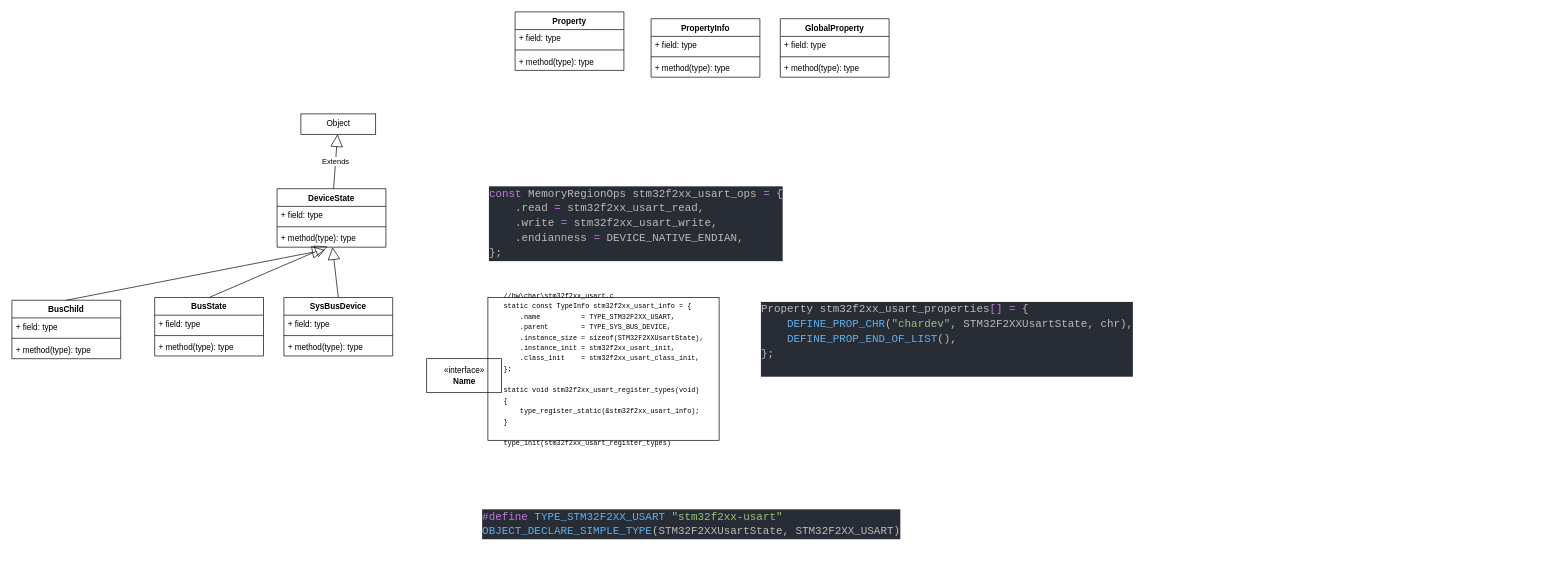
Earlier version of the draw.io diagram QOM-DEV-UART.drawio (youtubezou/A-thinking-in-linux). Source tidied: cells renumbered, new cells numbered last; positions are measured from the earlier drawing's top-left corner, leaving out a move shared by most shapes. Both pictures are drawn from the tidied source at 68%, with x=0, y=0 at pixel (12, 12).
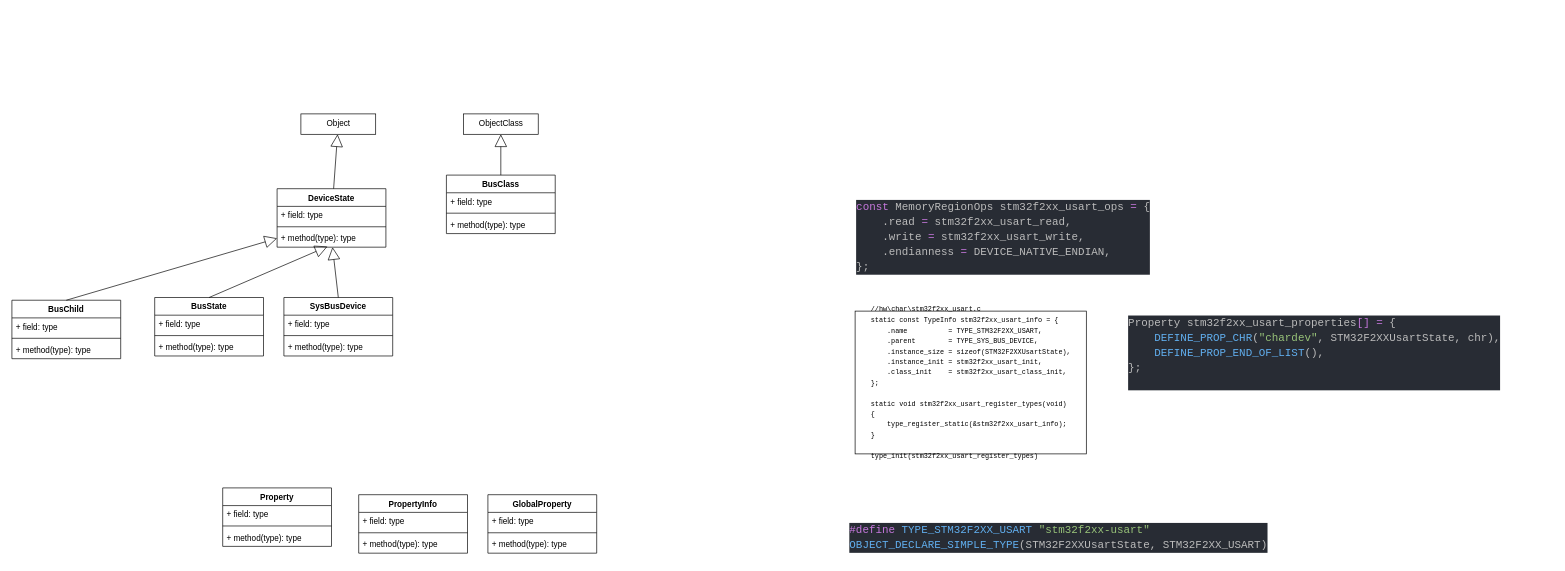
After the change.

Unchanged cells that the change refers to:
```xml
<mxCell id="12" value="DeviceState" style="swimlane;fontStyle=1;align=center;verticalAlign=top;horizontal=1;startSize=26;rounded=0;fontColor=#000000;strokeColor=default;fillColor=none;gradientColor=#ffffff;" parent="1" vertex="1">
  <mxGeometry x="390" y="260" width="160" height="86" as="geometry" />
</mxCell>
<mxCell id="15" value="+ method(type): type" style="text;strokeColor=none;fillColor=none;align=left;verticalAlign=top;spacingLeft=4;spacingRight=4;overflow=hidden;points=[[0,0.5],[1,0.5]];portConstraint=eastwest;rounded=0;fontColor=#000000;" parent="12" vertex="1">
  <mxGeometry y="60" width="160" height="26" as="geometry" />
</mxCell>
<mxCell id="17" value="Object" style="html=1;rounded=0;fontColor=#000000;strokeColor=default;fillColor=none;gradientColor=#ffffff;" parent="1" vertex="1">
  <mxGeometry x="425" y="150" width="110" height="30" as="geometry" />
</mxCell>
<mxCell id="36" value="BusChild" style="swimlane;fontStyle=1;align=center;verticalAlign=top;horizontal=1;startSize=26;rounded=0;fontColor=#000000;strokeColor=default;fillColor=none;gradientColor=#ffffff;" parent="1" vertex="1">
  <mxGeometry y="424" width="160" height="86" as="geometry" />
</mxCell>
```

Diff of the diagram source:
```diff
@@
     <mxCell id="2" value="&lt;div style=&quot;color: rgb(187 , 187 , 187) ; font-family: &amp;#34;consolas&amp;#34; , &amp;#34;courier new&amp;#34; , monospace ; font-size: 10px ; font-style: normal ; font-weight: 400 ; letter-spacing: normal ; text-align: left ; text-indent: 0px ; text-transform: none ; word-spacing: 0px&quot;&gt;&lt;br&gt;&lt;/div&gt;" style="text;whiteSpace=wrap;html=1;rounded=0;strokeColor=none;fillColor=none;gradientColor=#ffffff;" parent="1" vertex="1">
-      <mxGeometry x="1377" y="500" width="350" height="210" as="geometry" />
+      <mxGeometry x="1917" y="520" width="350" height="210" as="geometry" />
     </mxCell>
     <mxCell id="3" value="&lt;div style=&quot;text-align: left&quot;&gt;&lt;div&gt;&lt;font face=&quot;consolas, courier new, monospace&quot;&gt;&lt;span style=&quot;font-size: 10px&quot;&gt;//&lt;/span&gt;&lt;/font&gt;&lt;span style=&quot;font-size: 10px&quot;&gt;&lt;font face=&quot;consolas, courier new, monospace&quot;&gt;hw\char\stm32f2xx_usart.c&lt;/font&gt;&lt;/span&gt;&lt;/div&gt;&lt;div&gt;&lt;font face=&quot;consolas, courier new, monospace&quot;&gt;&lt;span style=&quot;font-size: 10px&quot;&gt;static const TypeInfo stm32f2xx_usart_info = {&lt;/span&gt;&lt;/font&gt;&lt;/div&gt;&lt;div&gt;&lt;font face=&quot;consolas, courier new, monospace&quot;&gt;&lt;span style=&quot;font-size: 10px&quot;&gt;&amp;nbsp; &amp;nbsp; .name&amp;nbsp; &amp;nbsp; &amp;nbsp; &amp;nbsp; &amp;nbsp; = TYPE_STM32F2XX_USART,&lt;/span&gt;&lt;/font&gt;&lt;/div&gt;&lt;div&gt;&lt;font face=&quot;consolas, courier new, monospace&quot;&gt;&lt;span style=&quot;font-size: 10px&quot;&gt;&amp;nbsp; &amp;nbsp; .parent&amp;nbsp; &amp;nbsp; &amp;nbsp; &amp;nbsp; = TYPE_SYS_BUS_DEVICE,&lt;/span&gt;&lt;/font&gt;&lt;/div&gt;&lt;div&gt;&lt;font face=&quot;consolas, courier new, monospace&quot;&gt;&lt;span style=&quot;font-size: 10px&quot;&gt;&amp;nbsp; &amp;nbsp; .instance_size = sizeof(STM32F2XXUsartState),&lt;/span&gt;&lt;/font&gt;&lt;/div&gt;&lt;div&gt;&lt;font face=&quot;consolas, courier new, monospace&quot;&gt;&lt;span style=&quot;font-size: 10px&quot;&gt;&amp;nbsp; &amp;nbsp; .instance_init = stm32f2xx_usart_init,&lt;/span&gt;&lt;/font&gt;&lt;/div&gt;&lt;div&gt;&lt;font face=&quot;consolas, courier new, monospace&quot;&gt;&lt;span style=&quot;font-size: 10px&quot;&gt;&amp;nbsp; &amp;nbsp; .class_init&amp;nbsp; &amp;nbsp; = stm32f2xx_usart_class_init,&lt;/span&gt;&lt;/font&gt;&lt;/div&gt;&lt;div&gt;&lt;font face=&quot;consolas, courier new, monospace&quot;&gt;&lt;span style=&quot;font-size: 10px&quot;&gt;};&lt;/span&gt;&lt;/font&gt;&lt;/div&gt;&lt;div&gt;&lt;font face=&quot;consolas, courier new, monospace&quot;&gt;&lt;span style=&quot;font-size: 10px&quot;&gt;&lt;br&gt;&lt;/span&gt;&lt;/font&gt;&lt;/div&gt;&lt;div&gt;&lt;font face=&quot;consolas, courier new, monospace&quot;&gt;&lt;span style=&quot;font-size: 10px&quot;&gt;static void stm32f2xx_usart_register_types(void)&lt;/span&gt;&lt;/font&gt;&lt;/div&gt;&lt;div&gt;&lt;font face=&quot;consolas, courier new, monospace&quot;&gt;&lt;span style=&quot;font-size: 10px&quot;&gt;{&lt;/span&gt;&lt;/font&gt;&lt;/div&gt;&lt;div&gt;&lt;font face=&quot;consolas, courier new, monospace&quot;&gt;&lt;span style=&quot;font-size: 10px&quot;&gt;&amp;nbsp; &amp;nbsp; type_register_static(&amp;amp;stm32f2xx_usart_info);&lt;/span&gt;&lt;/font&gt;&lt;/div&gt;&lt;div&gt;&lt;font face=&quot;consolas, courier new, monospace&quot;&gt;&lt;span style=&quot;font-size: 10px&quot;&gt;}&lt;/span&gt;&lt;/font&gt;&lt;/div&gt;&lt;div&gt;&lt;font face=&quot;consolas, courier new, monospace&quot;&gt;&lt;span style=&quot;font-size: 10px&quot;&gt;&lt;br&gt;&lt;/span&gt;&lt;/font&gt;&lt;/div&gt;&lt;div&gt;&lt;font face=&quot;consolas, courier new, monospace&quot;&gt;&lt;span style=&quot;font-size: 10px&quot;&gt;type_init(stm32f2xx_usart_register_types)&lt;/span&gt;&lt;/font&gt;&lt;/div&gt;&lt;/div&gt;" style="html=1;rounded=0;strokeColor=default;fillColor=none;gradientColor=#ffffff;fontColor=#000000;" parent="1" vertex="1">
-      <mxGeometry x="700" y="420" width="340" height="210" as="geometry" />
+      <mxGeometry x="1240" y="440" width="340" height="210" as="geometry" />
     </mxCell>
     <mxCell id="4" value="&lt;div style=&quot;color: rgb(187 , 187 , 187) ; background-color: rgb(40 , 44 , 52) ; font-family: &amp;#34;consolas&amp;#34; , &amp;#34;courier new&amp;#34; , monospace ; font-weight: normal ; font-size: 16px ; line-height: 22px&quot;&gt;&lt;div&gt;&lt;span style=&quot;color: #c678dd&quot;&gt;const&lt;/span&gt;&lt;span style=&quot;color: #bbbbbb&quot;&gt;&amp;nbsp;MemoryRegionOps&amp;nbsp;stm32f2xx_usart_ops&amp;nbsp;&lt;/span&gt;&lt;span style=&quot;color: #c678dd&quot;&gt;=&lt;/span&gt;&lt;span style=&quot;color: #bbbbbb&quot;&gt;&amp;nbsp;{&lt;/span&gt;&lt;/div&gt;&lt;div&gt;&lt;span style=&quot;color: #bbbbbb&quot;&gt;&amp;nbsp;&amp;nbsp;&amp;nbsp;&amp;nbsp;.read&amp;nbsp;&lt;/span&gt;&lt;span style=&quot;color: #c678dd&quot;&gt;=&lt;/span&gt;&lt;span style=&quot;color: #bbbbbb&quot;&gt;&amp;nbsp;stm32f2xx_usart_read,&lt;/span&gt;&lt;/div&gt;&lt;div&gt;&lt;span style=&quot;color: #bbbbbb&quot;&gt;&amp;nbsp;&amp;nbsp;&amp;nbsp;&amp;nbsp;.write&amp;nbsp;&lt;/span&gt;&lt;span style=&quot;color: #c678dd&quot;&gt;=&lt;/span&gt;&lt;span style=&quot;color: #bbbbbb&quot;&gt;&amp;nbsp;stm32f2xx_usart_write,&lt;/span&gt;&lt;/div&gt;&lt;div&gt;&lt;span style=&quot;color: #bbbbbb&quot;&gt;&amp;nbsp;&amp;nbsp;&amp;nbsp;&amp;nbsp;.endianness&amp;nbsp;&lt;/span&gt;&lt;span style=&quot;color: #c678dd&quot;&gt;=&lt;/span&gt;&lt;span style=&quot;color: #bbbbbb&quot;&gt;&amp;nbsp;DEVICE_NATIVE_ENDIAN,&lt;/span&gt;&lt;/div&gt;&lt;div&gt;&lt;span style=&quot;color: #bbbbbb&quot;&gt;};&lt;/span&gt;&lt;/div&gt;&lt;/div&gt;" style="text;whiteSpace=wrap;html=1;fontColor=#000000;" parent="1" vertex="1">
-      <mxGeometry x="700" y="250" width="480" height="130" as="geometry" />
+      <mxGeometry x="1240" y="270" width="480" height="130" as="geometry" />
     </mxCell>
     <mxCell id="5" value="&lt;div style=&quot;color: rgb(187, 187, 187); background-color: rgb(40, 44, 52); font-family: consolas, &amp;quot;courier new&amp;quot;, monospace; font-weight: normal; font-size: 16px; line-height: 22px;&quot;&gt;&lt;div&gt;&lt;span style=&quot;color: #bbbbbb&quot;&gt;Property&amp;nbsp;stm32f2xx_usart_properties&lt;/span&gt;&lt;span style=&quot;color: #c678dd&quot;&gt;[]&lt;/span&gt;&lt;span style=&quot;color: #bbbbbb&quot;&gt;&amp;nbsp;&lt;/span&gt;&lt;span style=&quot;color: #c678dd&quot;&gt;=&lt;/span&gt;&lt;span style=&quot;color: #bbbbbb&quot;&gt;&amp;nbsp;{&lt;/span&gt;&lt;/div&gt;&lt;div&gt;&lt;span style=&quot;color: #bbbbbb&quot;&gt;&amp;nbsp;&amp;nbsp;&amp;nbsp;&amp;nbsp;&lt;/span&gt;&lt;span style=&quot;color: #61afef&quot;&gt;DEFINE_PROP_CHR&lt;/span&gt;&lt;span style=&quot;color: #bbbbbb&quot;&gt;(&lt;/span&gt;&lt;span style=&quot;color: #98c379&quot;&gt;&quot;chardev&quot;&lt;/span&gt;&lt;span style=&quot;color: #bbbbbb&quot;&gt;,&amp;nbsp;STM32F2XXUsartState,&amp;nbsp;chr),&lt;/span&gt;&lt;/div&gt;&lt;div&gt;&lt;span style=&quot;color: #bbbbbb&quot;&gt;&amp;nbsp;&amp;nbsp;&amp;nbsp;&amp;nbsp;&lt;/span&gt;&lt;span style=&quot;color: #61afef&quot;&gt;DEFINE_PROP_END_OF_LIST&lt;/span&gt;&lt;span style=&quot;color: #bbbbbb&quot;&gt;(),&lt;/span&gt;&lt;/div&gt;&lt;div&gt;&lt;span style=&quot;color: #bbbbbb&quot;&gt;};&lt;/span&gt;&lt;/div&gt;&lt;br&gt;&lt;/div&gt;" style="text;whiteSpace=wrap;html=1;fontColor=#000000;" parent="1" vertex="1">
-      <mxGeometry x="1100" y="420" width="530" height="130" as="geometry" />
+      <mxGeometry x="1640" y="440" width="530" height="130" as="geometry" />
     </mxCell>
     <mxCell id="6" value="&lt;div style=&quot;color: rgb(187, 187, 187); background-color: rgb(40, 44, 52); font-family: consolas, &amp;quot;courier new&amp;quot;, monospace; font-weight: normal; font-size: 16px; line-height: 22px;&quot;&gt;&lt;div&gt;&lt;span style=&quot;color: #c678dd&quot;&gt;#define&lt;/span&gt;&lt;span style=&quot;color: #bbbbbb&quot;&gt;&amp;nbsp;&lt;/span&gt;&lt;span style=&quot;color: #61afef&quot;&gt;TYPE_STM32F2XX_USART&lt;/span&gt;&lt;span style=&quot;color: #bbbbbb&quot;&gt;&amp;nbsp;&lt;/span&gt;&lt;span style=&quot;color: #98c379&quot;&gt;&quot;stm32f2xx-usart&quot;&lt;/span&gt;&lt;/div&gt;&lt;div&gt;&lt;span style=&quot;color: #61afef&quot;&gt;OBJECT_DECLARE_SIMPLE_TYPE&lt;/span&gt;&lt;span style=&quot;color: #bbbbbb&quot;&gt;(STM32F2XXUsartState,&amp;nbsp;STM32F2XX_USART)&lt;/span&gt;&lt;/div&gt;&lt;/div&gt;" style="text;whiteSpace=wrap;html=1;fontColor=#000000;" parent="1" vertex="1">
-      <mxGeometry x="690" y="725" width="550" height="60" as="geometry" />
+      <mxGeometry x="1230" y="745" width="550" height="60" as="geometry" />
     </mxCell>
@@
-    <mxCell id="11" value="&amp;laquo;interface&amp;raquo;&lt;br&gt;&lt;b&gt;Name&lt;/b&gt;" style="html=1;rounded=0;fontColor=#000000;strokeColor=default;fillColor=none;gradientColor=#ffffff;" parent="1" vertex="1">
-      <mxGeometry x="610" y="510" width="110" height="50" as="geometry" />
-    </mxCell>
@@
-    <mxCell id="18" value="Extends" style="endArrow=block;endSize=16;endFill=0;html=1;rounded=0;fontColor=#000000;" parent="1" edge="1" source="12" target="17">
+    <mxCell id="18" style="endArrow=block;endSize=16;endFill=0;html=1;rounded=0;fontColor=#000000;" parent="1" edge="1" source="12" target="17">
       <mxGeometry relative="1" as="geometry" />
     </mxCell>
     <mxCell id="19" value="Property" style="swimlane;fontStyle=1;align=center;verticalAlign=top;horizontal=1;startSize=26;rounded=0;fontColor=#000000;strokeColor=default;fillColor=none;gradientColor=#ffffff;" parent="1" vertex="1">
-      <mxGeometry x="740" width="160" height="86" as="geometry" />
+      <mxGeometry x="310" y="700" width="160" height="86" as="geometry" />
     </mxCell>
@@
     <mxCell id="23" value="PropertyInfo" style="swimlane;fontStyle=1;align=center;verticalAlign=top;horizontal=1;startSize=26;rounded=0;fontColor=#000000;strokeColor=default;fillColor=none;gradientColor=#ffffff;" parent="1" vertex="1">
-      <mxGeometry x="940" y="10" width="160" height="86" as="geometry" />
+      <mxGeometry x="510" y="710" width="160" height="86" as="geometry" />
     </mxCell>
@@
     <mxCell id="27" value="GlobalProperty" style="swimlane;fontStyle=1;align=center;verticalAlign=top;horizontal=1;startSize=26;rounded=0;fontColor=#000000;strokeColor=default;fillColor=none;gradientColor=#ffffff;" parent="1" vertex="1">
-      <mxGeometry x="1130" y="10" width="160" height="86" as="geometry" />
+      <mxGeometry x="700" y="710" width="160" height="86" as="geometry" />
     </mxCell>
@@
-    <mxCell id="40" style="endArrow=block;endSize=16;endFill=0;html=1;rounded=0;fontColor=#000000;exitX=0.5;exitY=0;exitDx=0;exitDy=0;" parent="1" edge="1" source="36">
-      <mxGeometry relative="1" as="geometry">
-        <mxPoint x="460" y="350" as="targetPoint" />
-      </mxGeometry>
+    <mxCell id="40" style="endArrow=block;endSize=16;endFill=0;html=1;rounded=0;fontColor=#000000;exitX=0.5;exitY=0;exitDx=0;exitDy=0;entryX=0;entryY=0.5;entryDx=0;entryDy=0;" parent="1" edge="1" source="36" target="15">
+      <mxGeometry relative="1" as="geometry" />
     </mxCell>
+    <mxCell id="41" value="BusClass" style="swimlane;fontStyle=1;align=center;verticalAlign=top;horizontal=1;startSize=26;rounded=0;fontColor=#000000;strokeColor=default;fillColor=none;gradientColor=#ffffff;" parent="1" vertex="1">
+      <mxGeometry x="639" y="240" width="160" height="86" as="geometry" />
+    </mxCell>
+    <mxCell id="42" value="+ field: type" style="text;strokeColor=none;fillColor=none;align=left;verticalAlign=top;spacingLeft=4;spacingRight=4;overflow=hidden;rounded=0;fontColor=#000000;" parent="41" vertex="1">
+      <mxGeometry y="26" width="160" height="26" as="geometry" />
+    </mxCell>
+    <mxCell id="43" style="line;strokeWidth=1;fillColor=none;align=left;verticalAlign=middle;spacingTop=-1;spacingLeft=3;spacingRight=3;labelPosition=right;rounded=0;fontColor=#000000;" parent="41" vertex="1">
+      <mxGeometry y="52" width="160" height="8" as="geometry" />
+    </mxCell>
+    <mxCell id="44" value="+ method(type): type" style="text;strokeColor=none;fillColor=none;align=left;verticalAlign=top;spacingLeft=4;spacingRight=4;overflow=hidden;rounded=0;fontColor=#000000;" parent="41" vertex="1">
+      <mxGeometry y="60" width="160" height="26" as="geometry" />
+    </mxCell>
+    <mxCell id="45" value="ObjectClass" style="html=1;rounded=0;fontColor=#000000;strokeColor=default;fillColor=none;gradientColor=#ffffff;" parent="1" vertex="1">
+      <mxGeometry x="664" y="150" width="110" height="30" as="geometry" />
+    </mxCell>
+    <mxCell id="46" style="endArrow=block;endSize=16;endFill=0;html=1;rounded=0;fontColor=#000000;exitX=0.5;exitY=0;exitDx=0;exitDy=0;entryX=0.5;entryY=1;entryDx=0;entryDy=0;" parent="1" edge="1" source="41" target="45">
+      <mxGeometry relative="1" as="geometry" />
+    </mxCell>
```
